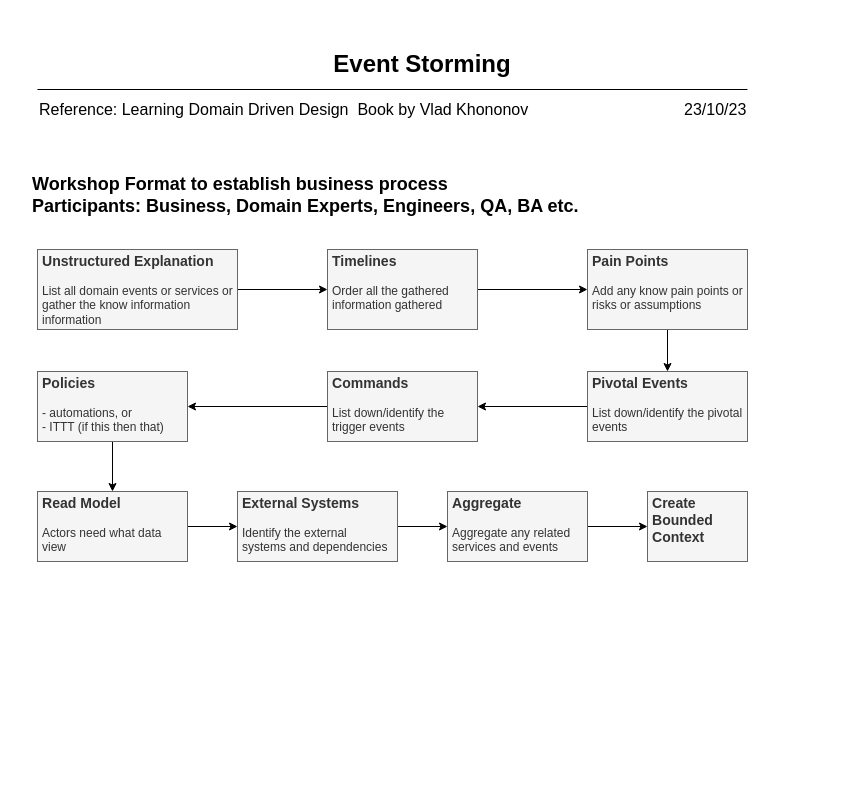
This is page "3. Event Storming" (4 of 5) of SolutionArchitectureProcess.drawio from Gaur4vGaur/probable-octo, a draw.io file, before an edit. Source tidied: cells renumbered, new cells numbered last; positions are measured from the earlier drawing's top-left corner, leaving out a move shared by most shapes. Both pictures are drawn from the tidied source at 100%, with x=0, y=0 at pixel (17, 49).
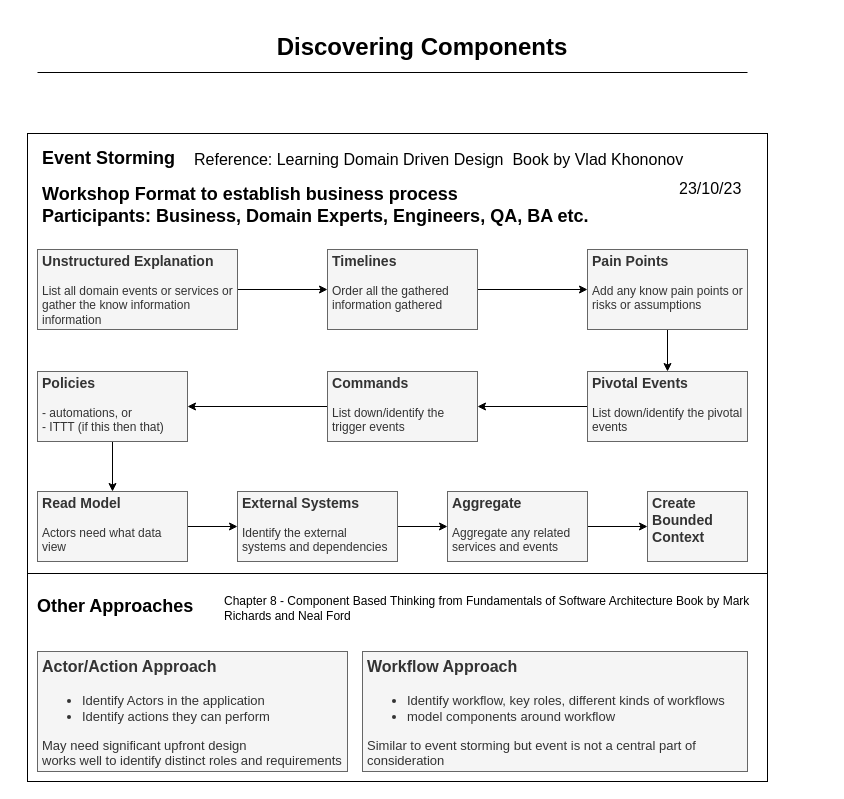
Above is the later version.

The edit, as a diff of the source:
```diff
@@
+    <mxCell id="26" style="rounded=0;whiteSpace=wrap;html=1;" parent="1" vertex="1">
+      <mxGeometry x="10" y="84" width="740" height="440" as="geometry" />
+    </mxCell>
+    <mxCell id="25" value="&lt;h2 style=&quot;--tw-border-spacing-x: 0; --tw-border-spacing-y: 0; --tw-translate-x: 0; --tw-translate-y: 0; --tw-rotate: 0; --tw-skew-x: 0; --tw-skew-y: 0; --tw-scale-x: 1; --tw-scale-y: 1; --tw-pan-x: ; --tw-pan-y: ; --tw-pinch-zoom: ; --tw-scroll-snap-strictness: proximity; --tw-ordinal: ; --tw-slashed-zero: ; --tw-numeric-figure: ; --tw-numeric-spacing: ; --tw-numeric-fraction: ; --tw-ring-inset: ; --tw-ring-offset-width: 0px; --tw-ring-offset-color: #fff; --tw-ring-color: rgb(59 130 246 / .5); --tw-ring-offset-shadow: 0 0 #0000; --tw-ring-shadow: 0 0 #0000; --tw-shadow: 0 0 #0000; --tw-shadow-colored: 0 0 #0000; --tw-blur: ; --tw-brightness: ; --tw-contrast: ; --tw-grayscale: ; --tw-hue-rotate: ; --tw-invert: ; --tw-saturate: ; --tw-sepia: ; --tw-drop-shadow: ; --tw-backdrop-blur: ; --tw-backdrop-brightness: ; --tw-backdrop-contrast: ; --tw-backdrop-grayscale: ; --tw-backdrop-hue-rotate: ; --tw-backdrop-invert: ; --tw-backdrop-opacity: ; --tw-backdrop-saturate: ; --tw-backdrop-sepia: ; border-color: var(--border-color);&quot;&gt;Event Storming&lt;/h2&gt;&lt;h2 style=&quot;--tw-border-spacing-x: 0; --tw-border-spacing-y: 0; --tw-translate-x: 0; --tw-translate-y: 0; --tw-rotate: 0; --tw-skew-x: 0; --tw-skew-y: 0; --tw-scale-x: 1; --tw-scale-y: 1; --tw-pan-x: ; --tw-pan-y: ; --tw-pinch-zoom: ; --tw-scroll-snap-strictness: proximity; --tw-ordinal: ; --tw-slashed-zero: ; --tw-numeric-figure: ; --tw-numeric-spacing: ; --tw-numeric-fraction: ; --tw-ring-inset: ; --tw-ring-offset-width: 0px; --tw-ring-offset-color: #fff; --tw-ring-color: rgb(59 130 246 / .5); --tw-ring-offset-shadow: 0 0 #0000; --tw-ring-shadow: 0 0 #0000; --tw-shadow: 0 0 #0000; --tw-shadow-colored: 0 0 #0000; --tw-blur: ; --tw-brightness: ; --tw-contrast: ; --tw-grayscale: ; --tw-hue-rotate: ; --tw-invert: ; --tw-saturate: ; --tw-sepia: ; --tw-drop-shadow: ; --tw-backdrop-blur: ; --tw-backdrop-brightness: ; --tw-backdrop-contrast: ; --tw-backdrop-grayscale: ; --tw-backdrop-hue-rotate: ; --tw-backdrop-invert: ; --tw-backdrop-opacity: ; --tw-backdrop-saturate: ; --tw-backdrop-sepia: ; border-color: var(--border-color);&quot;&gt;Workshop Format to establish business process&lt;br&gt;Participants: Business, Domain Experts, Engineers, QA, BA etc.&lt;/h2&gt;" style="text;html=1;strokeColor=none;fillColor=none;spacing=5;spacingTop=-20;whiteSpace=wrap;overflow=hidden;rounded=0;" parent="1" vertex="1">
+      <mxGeometry x="20" y="94" width="730" height="90" as="geometry" />
+    </mxCell>
     <mxCell id="2" value="&lt;span style=&quot;border-color: var(--border-color);&quot;&gt;&lt;font style=&quot;border-color: var(--border-color); font-size: 16px;&quot;&gt;Reference:&amp;nbsp;&lt;/font&gt;&lt;/span&gt;&lt;font style=&quot;font-size: 16px;&quot;&gt;Learning Domain Driven Design&amp;nbsp;&amp;nbsp;Book by Vlad Khononov&lt;/font&gt;" style="text;html=1;strokeColor=none;fillColor=none;align=left;verticalAlign=middle;whiteSpace=wrap;rounded=0;" parent="1" vertex="1">
-      <mxGeometry x="20" y="50" width="560" height="20" as="geometry" />
+      <mxGeometry x="175" y="100" width="560" height="20" as="geometry" />
     </mxCell>
     <mxCell id="3" value="&lt;span style=&quot;border-color: var(--border-color);&quot;&gt;&lt;font style=&quot;border-color: var(--border-color); font-size: 16px;&quot;&gt;23/10/23&lt;/font&gt;&lt;/span&gt;" style="text;html=1;strokeColor=none;fillColor=none;align=left;verticalAlign=middle;whiteSpace=wrap;rounded=0;" parent="1" vertex="1">
-      <mxGeometry x="665" y="50" width="70" height="20" as="geometry" />
+      <mxGeometry x="660" y="129" width="70" height="20" as="geometry" />
     </mxCell>
     <mxCell id="4" style="endArrow=none;html=1;rounded=0;" parent="1" edge="1">
       <mxGeometry relative="1" as="geometry">
-        <mxPoint x="20" y="40" as="sourcePoint" />
-        <mxPoint x="730" y="40" as="targetPoint" />
+        <mxPoint x="20" y="23" as="sourcePoint" />
+        <mxPoint x="730" y="23" as="targetPoint" />
       </mxGeometry>
     </mxCell>
-    <mxCell id="5" value="&lt;h1 style=&quot;border-color: var(--border-color); text-align: left;&quot;&gt;&lt;span style=&quot;font-size: 24px;&quot;&gt;&lt;b&gt;Event Storming&lt;/b&gt;&lt;/span&gt;&lt;/h1&gt;" style="text;html=1;strokeColor=none;fillColor=none;align=center;verticalAlign=middle;whiteSpace=wrap;rounded=0;" parent="1" vertex="1">
-      <mxGeometry width="810" height="30" as="geometry" />
+    <mxCell id="5" value="&lt;h1 style=&quot;border-color: var(--border-color); text-align: left;&quot;&gt;&lt;span style=&quot;font-size: 24px;&quot;&gt;&lt;b&gt;Discovering Components&lt;/b&gt;&lt;/span&gt;&lt;/h1&gt;" style="text;html=1;strokeColor=none;fillColor=none;align=center;verticalAlign=middle;whiteSpace=wrap;rounded=0;" parent="1" vertex="1">
+      <mxGeometry y="-17" width="810" height="30" as="geometry" />
     </mxCell>
@@
-    <mxCell id="25" value="&lt;h2 style=&quot;--tw-border-spacing-x: 0; --tw-border-spacing-y: 0; --tw-translate-x: 0; --tw-translate-y: 0; --tw-rotate: 0; --tw-skew-x: 0; --tw-skew-y: 0; --tw-scale-x: 1; --tw-scale-y: 1; --tw-pan-x: ; --tw-pan-y: ; --tw-pinch-zoom: ; --tw-scroll-snap-strictness: proximity; --tw-ordinal: ; --tw-slashed-zero: ; --tw-numeric-figure: ; --tw-numeric-spacing: ; --tw-numeric-fraction: ; --tw-ring-inset: ; --tw-ring-offset-width: 0px; --tw-ring-offset-color: #fff; --tw-ring-color: rgb(59 130 246 / .5); --tw-ring-offset-shadow: 0 0 #0000; --tw-ring-shadow: 0 0 #0000; --tw-shadow: 0 0 #0000; --tw-shadow-colored: 0 0 #0000; --tw-blur: ; --tw-brightness: ; --tw-contrast: ; --tw-grayscale: ; --tw-hue-rotate: ; --tw-invert: ; --tw-saturate: ; --tw-sepia: ; --tw-drop-shadow: ; --tw-backdrop-blur: ; --tw-backdrop-brightness: ; --tw-backdrop-contrast: ; --tw-backdrop-grayscale: ; --tw-backdrop-hue-rotate: ; --tw-backdrop-invert: ; --tw-backdrop-opacity: ; --tw-backdrop-saturate: ; --tw-backdrop-sepia: ; border-color: var(--border-color);&quot;&gt;Workshop Format to establish business process&lt;br&gt;Participants: Business, Domain Experts, Engineers, QA, BA etc.&lt;/h2&gt;" style="text;html=1;strokeColor=none;fillColor=none;spacing=5;spacingTop=-20;whiteSpace=wrap;overflow=hidden;rounded=0;" parent="1" vertex="1">
-      <mxGeometry x="10" y="120" width="730" height="60" as="geometry" />
-    </mxCell>
+    <mxCell id="27" style="rounded=0;whiteSpace=wrap;html=1;" parent="1" vertex="1">
+      <mxGeometry x="10" y="524" width="740" height="208" as="geometry" />
+    </mxCell>
+    <mxCell id="28" value="&lt;h2 style=&quot;--tw-border-spacing-x: 0; --tw-border-spacing-y: 0; --tw-translate-x: 0; --tw-translate-y: 0; --tw-rotate: 0; --tw-skew-x: 0; --tw-skew-y: 0; --tw-scale-x: 1; --tw-scale-y: 1; --tw-pan-x: ; --tw-pan-y: ; --tw-pinch-zoom: ; --tw-scroll-snap-strictness: proximity; --tw-ordinal: ; --tw-slashed-zero: ; --tw-numeric-figure: ; --tw-numeric-spacing: ; --tw-numeric-fraction: ; --tw-ring-inset: ; --tw-ring-offset-width: 0px; --tw-ring-offset-color: #fff; --tw-ring-color: rgb(59 130 246 / .5); --tw-ring-offset-shadow: 0 0 #0000; --tw-ring-shadow: 0 0 #0000; --tw-shadow: 0 0 #0000; --tw-shadow-colored: 0 0 #0000; --tw-blur: ; --tw-brightness: ; --tw-contrast: ; --tw-grayscale: ; --tw-hue-rotate: ; --tw-invert: ; --tw-saturate: ; --tw-sepia: ; --tw-drop-shadow: ; --tw-backdrop-blur: ; --tw-backdrop-brightness: ; --tw-backdrop-contrast: ; --tw-backdrop-grayscale: ; --tw-backdrop-hue-rotate: ; --tw-backdrop-invert: ; --tw-backdrop-opacity: ; --tw-backdrop-saturate: ; --tw-backdrop-sepia: ; border-color: var(--border-color);&quot;&gt;Other Approaches&lt;/h2&gt;" style="text;html=1;strokeColor=none;fillColor=none;spacing=5;spacingTop=-20;whiteSpace=wrap;overflow=hidden;rounded=0;" parent="1" vertex="1">
+      <mxGeometry x="15" y="542" width="730" height="30" as="geometry" />
+    </mxCell>
+    <mxCell id="29" value="Chapter 8 - Component Based Thinking from Fundamentals of Software Architecture Book by Mark Richards and Neal Ford" style="text;html=1;strokeColor=none;fillColor=none;align=left;verticalAlign=middle;whiteSpace=wrap;rounded=0;" parent="1" vertex="1">
+      <mxGeometry x="205" y="549" width="560" height="20" as="geometry" />
+    </mxCell>
+    <mxCell id="30" value="&lt;h3 style=&quot;&quot;&gt;&lt;font style=&quot;font-size: 16px;&quot;&gt;Actor/Action Approach&lt;/font&gt;&lt;/h3&gt;&lt;p style=&quot;font-size: 15px;&quot;&gt;&lt;/p&gt;&lt;ul style=&quot;font-size: 13px;&quot;&gt;&lt;li style=&quot;&quot;&gt;&lt;font style=&quot;font-size: 13px;&quot;&gt;Identify Actors in the application&lt;/font&gt;&lt;/li&gt;&lt;li style=&quot;&quot;&gt;&lt;font style=&quot;font-size: 13px;&quot;&gt;Identify actions they can perform&lt;/font&gt;&lt;/li&gt;&lt;/ul&gt;&lt;div style=&quot;font-size: 13px;&quot;&gt;&lt;font style=&quot;font-size: 13px;&quot;&gt;May need significant upfront design&lt;/font&gt;&lt;/div&gt;&lt;div style=&quot;font-size: 13px;&quot;&gt;&lt;font style=&quot;font-size: 13px;&quot;&gt;works well to identify distinct roles and requirements&lt;/font&gt;&lt;/div&gt;&lt;p style=&quot;font-size: 14px;&quot;&gt;&lt;/p&gt;" style="text;html=1;strokeColor=#666666;fillColor=#f5f5f5;spacing=5;spacingTop=-20;whiteSpace=wrap;overflow=hidden;rounded=0;fontColor=#333333;fontSize=14;" parent="1" vertex="1">
+      <mxGeometry x="20" y="602" width="310" height="120" as="geometry" />
+    </mxCell>
+    <mxCell id="31" value="&lt;h3 style=&quot;&quot;&gt;&lt;font style=&quot;font-size: 16px;&quot;&gt;Workflow Approach&lt;/font&gt;&lt;/h3&gt;&lt;p style=&quot;font-size: 15px;&quot;&gt;&lt;/p&gt;&lt;ul style=&quot;font-size: 13px;&quot;&gt;&lt;li style=&quot;&quot;&gt;&lt;font style=&quot;font-size: 13px;&quot;&gt;Identify workflow, key roles, different kinds of workflows&lt;/font&gt;&lt;/li&gt;&lt;li style=&quot;&quot;&gt;&lt;font style=&quot;font-size: 13px;&quot;&gt;model components around workflow&lt;/font&gt;&lt;/li&gt;&lt;/ul&gt;&lt;div style=&quot;font-size: 13px;&quot;&gt;Similar to event storming but event is not a central part of consideration&lt;/div&gt;&lt;p style=&quot;font-size: 14px;&quot;&gt;&lt;/p&gt;" style="text;html=1;strokeColor=#666666;fillColor=#f5f5f5;spacing=5;spacingTop=-20;whiteSpace=wrap;overflow=hidden;rounded=0;fontColor=#333333;fontSize=14;" parent="1" vertex="1">
+      <mxGeometry x="345" y="602" width="385" height="120" as="geometry" />
+    </mxCell>
```
